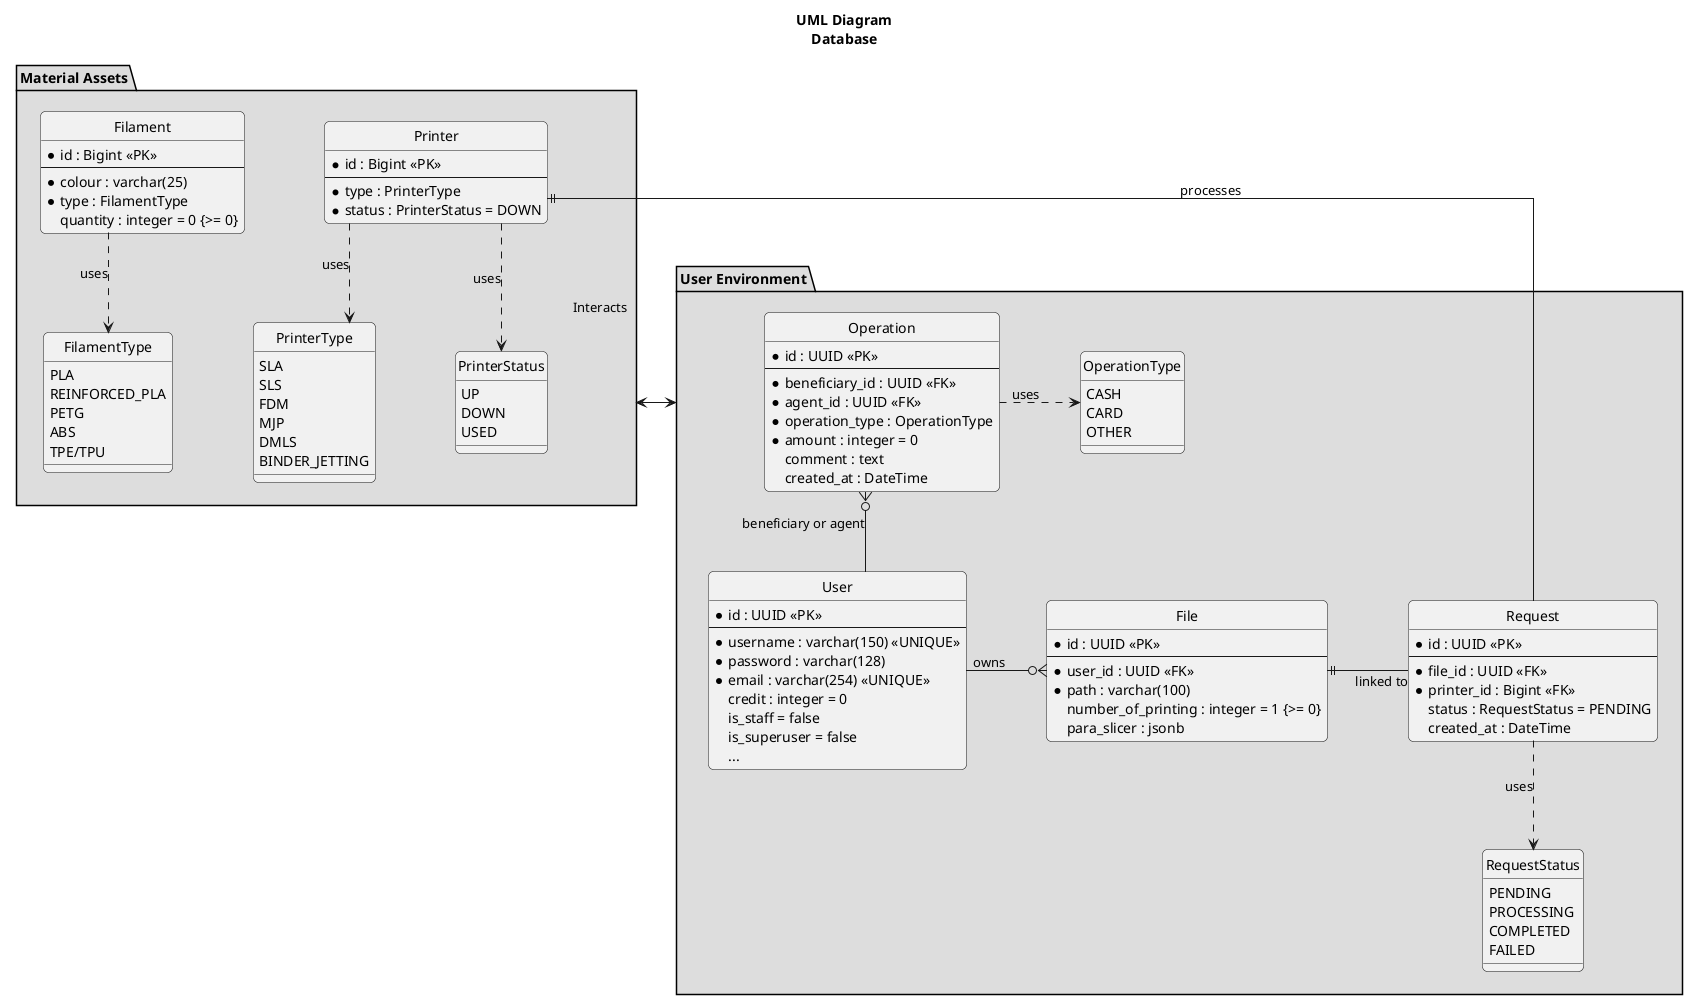
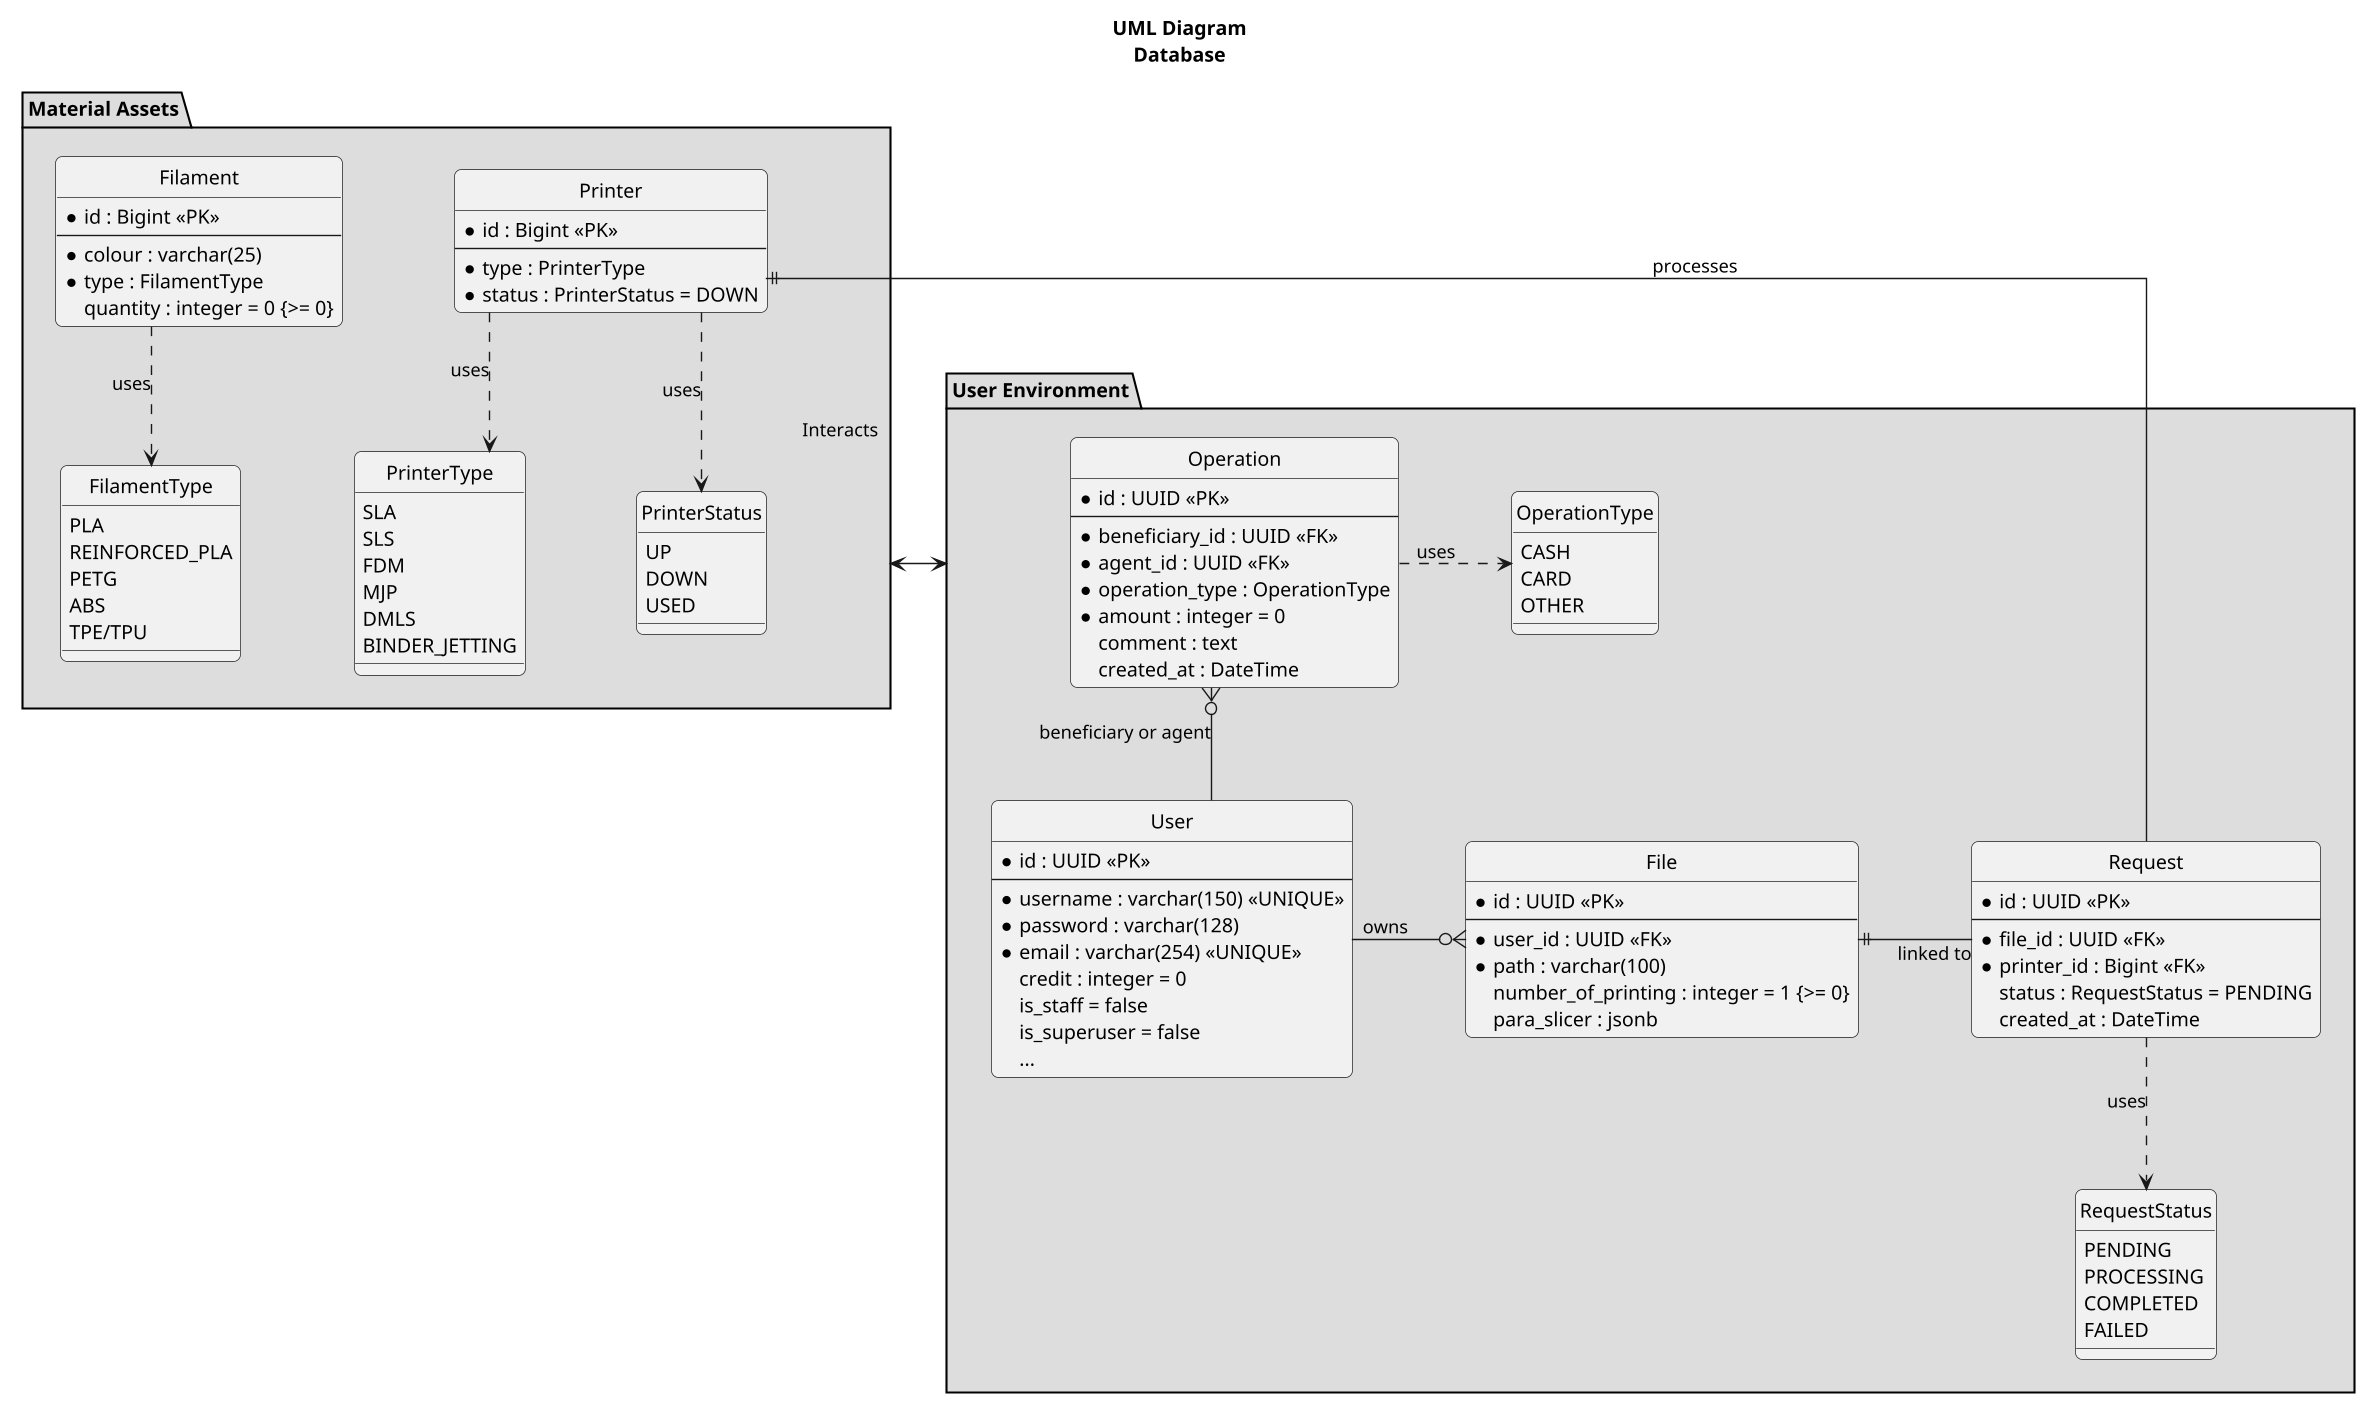
@startuml
- title "  UML Diagram \n Database"
- 
+ title UML Diagram\nDatabase
+ scale 1.4
hide circle
skinparam linetype ortho
skinparam shadowing false
skinparam roundcorner 10
skinparam nodesep 80
skinparam ranksep 80
skinparam monochrome true
skinparam backgroundColor white
skinparam defaultFontName Segoe UI, Arial, sans-serif
skinparam style strictuml





package "User Environment" #DDDDDD{

    enum RequestStatus {
        PENDING
        PROCESSING
        COMPLETED
        FAILED
    }
    enum OperationType {
        CASH
        CARD
        OTHER
    }

    entity "User" as user {
      *id : UUID <<PK>>
      --
      *username : varchar(150) <<UNIQUE>>
      *password : varchar(128)
      *email : varchar(254) <<UNIQUE>>
      credit : integer = 0
      is_staff = false
      is_superuser = false
      ...
    }

    entity "Operation" as operation{
        *id : UUID <<PK>>
        --
        *beneficiary_id : UUID <<FK>>
        *agent_id : UUID <<FK>>
        *operation_type : OperationType
        *amount : integer = 0
        comment : text
        created_at : DateTime
    }
    entity "File" as file{
        *id : UUID <<PK>>
        --
        *user_id : UUID <<FK>>
        *path : varchar(100)
        number_of_printing : integer = 1 {>= 0}
        para_slicer : jsonb
    }


    entity "Request" as request{
            *id : UUID <<PK>>
            --
            *file_id : UUID <<FK>>
            *printer_id : Bigint <<FK>>
            status : RequestStatus = PENDING
            created_at : DateTime
    }
}
package "Material Assets" #DDDDDD{
    entity "Printer" as printer {
            *id : Bigint <<PK>>
            --
            *type : PrinterType
            *status : PrinterStatus = DOWN
    }

    entity "Filament" as filament{
        *id : Bigint <<PK>>
        --
        *colour : varchar(25)
        *type : FilamentType
        quantity : integer = 0 {>= 0}
    }

    enum FilamentType {
        PLA
        REINFORCED_PLA
        PETG
        ABS
        TPE/TPU
    }

    enum PrinterType {
        SLA
        SLS
        FDM
        MJP
        DMLS
        BINDER_JETTING
    }

    enum PrinterStatus {
        UP
        DOWN
        USED
    }
}




file }o-l- user : owns
file ||-r- request : linked to
"Material Assets" <--> "User Environment" : Interacts
printer ||-- request : processes
operation }o-- user : beneficiary or agent
request .d.> RequestStatus : uses
printer ..> PrinterStatus : uses
printer ..> PrinterType : uses
filament ..> FilamentType : uses
operation .r.> OperationType : uses
@enduml